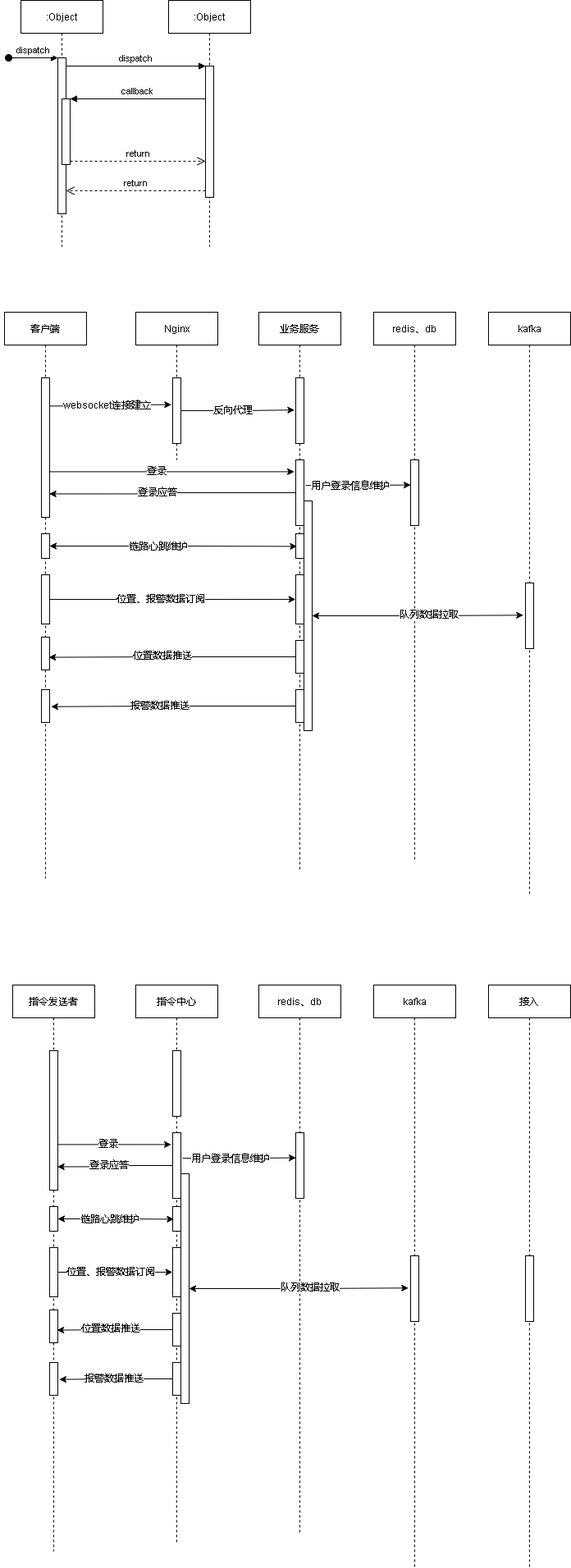
xktder/draw keeps this draw.io diagram as cgopro关键业务.drawio.png. Above is the earlier version. Source tidied: cells renumbered, new cells last; positions are measured from the earlier drawing's top-left corner, leaving out a move shared by most shapes.
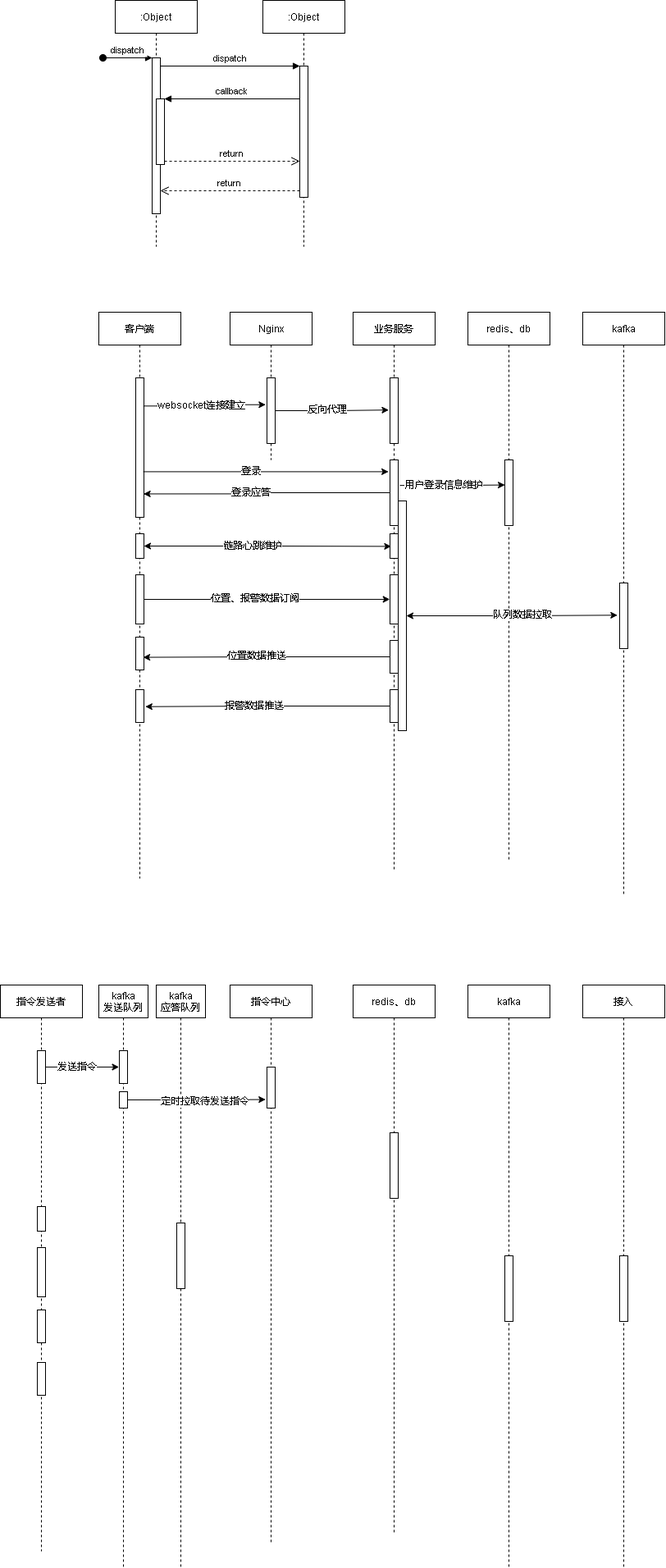
After the change.

Commit message:
更新cgopro关键业务.drawio.png

Diff of the diagram source:
```diff
@@ -157,10 +157,10 @@
       </mxGeometry>
     </mxCell>
     <mxCell id="52" value="指令发送者" style="shape=umlLifeline;perimeter=lifelinePerimeter;rounded=0;shadow=0;strokeWidth=1;" parent="1" vertex="1">
-      <mxGeometry x="10" y="1200" width="100" height="690" as="geometry" />
+      <mxGeometry x="-120" y="1200" width="100" height="690" as="geometry" />
     </mxCell>
     <mxCell id="53" style="points=[];perimeter=orthogonalPerimeter;rounded=0;shadow=0;strokeWidth=1;" parent="52" vertex="1">
-      <mxGeometry x="45" y="80" width="10" height="170" as="geometry" />
+      <mxGeometry x="45" y="80" width="10" height="40" as="geometry" />
     </mxCell>
     <mxCell id="54" style="points=[];perimeter=orthogonalPerimeter;rounded=0;shadow=0;strokeWidth=1;" parent="52" vertex="1">
       <mxGeometry x="45" y="270" width="10" height="30" as="geometry" />
@@ -178,26 +178,8 @@
       <mxGeometry x="160" y="1200" width="100" height="680" as="geometry" />
     </mxCell>
     <mxCell id="59" style="points=[];perimeter=orthogonalPerimeter;rounded=0;shadow=0;strokeWidth=1;" parent="58" vertex="1">
-      <mxGeometry x="45" y="80" width="10" height="80" as="geometry" />
+      <mxGeometry x="45" y="100" width="10" height="50" as="geometry" />
     </mxCell>
-    <mxCell id="60" style="points=[];perimeter=orthogonalPerimeter;rounded=0;shadow=0;strokeWidth=1;" parent="58" vertex="1">
-      <mxGeometry x="45" y="180" width="10" height="80" as="geometry" />
-    </mxCell>
-    <mxCell id="61" style="points=[];perimeter=orthogonalPerimeter;rounded=0;shadow=0;strokeWidth=1;" parent="58" vertex="1">
-      <mxGeometry x="45" y="270" width="10" height="30" as="geometry" />
-    </mxCell>
-    <mxCell id="62" style="points=[];perimeter=orthogonalPerimeter;rounded=0;shadow=0;strokeWidth=1;" parent="58" vertex="1">
-      <mxGeometry x="45" y="320" width="10" height="60" as="geometry" />
-    </mxCell>
-    <mxCell id="63" style="points=[];perimeter=orthogonalPerimeter;rounded=0;shadow=0;strokeWidth=1;" parent="58" vertex="1">
-      <mxGeometry x="55" y="230" width="10" height="280" as="geometry" />
-    </mxCell>
-    <mxCell id="64" style="points=[];perimeter=orthogonalPerimeter;rounded=0;shadow=0;strokeWidth=1;" parent="58" vertex="1">
-      <mxGeometry x="45" y="400" width="10" height="40" as="geometry" />
-    </mxCell>
-    <mxCell id="65" style="points=[];perimeter=orthogonalPerimeter;rounded=0;shadow=0;strokeWidth=1;" parent="58" vertex="1">
-      <mxGeometry x="45" y="460" width="10" height="40" as="geometry" />
-    </mxCell>
     <mxCell id="66" value="redis、db" style="shape=umlLifeline;perimeter=lifelinePerimeter;rounded=0;shadow=0;strokeWidth=1;" parent="1" vertex="1">
       <mxGeometry x="310" y="1200" width="100" height="670" as="geometry" />
     </mxCell>
@@ -210,61 +192,38 @@
     <mxCell id="69" style="points=[];perimeter=orthogonalPerimeter;rounded=0;shadow=0;strokeWidth=1;" parent="68" vertex="1">
       <mxGeometry x="45" y="330" width="10" height="80" as="geometry" />
     </mxCell>
-    <mxCell id="70" style="edgeStyle=orthogonalEdgeStyle;rounded=0;jettySize=auto;html=1;entryX=-0.19;entryY=0.18;entryDx=0;entryDy=0;entryPerimeter=0;exitX=0.907;exitY=0.673;exitDx=0;exitDy=0;exitPerimeter=0;" parent="1" edge="1" source="53" target="60">
-      <mxGeometry relative="1" as="geometry" />
-    </mxCell>
-    <mxCell id="71" value="登录" style="edgeLabel;html=1;align=center;verticalAlign=middle;" parent="70" vertex="1">
-      <mxGeometry x="-0.13" y="1" relative="1" as="geometry" />
-    </mxCell>
-    <mxCell id="72" style="edgeStyle=orthogonalEdgeStyle;rounded=0;jettySize=auto;html=1;entryX=0.962;entryY=0.832;entryDx=0;entryDy=0;entryPerimeter=0;" parent="1" edge="1" source="60" target="53">
-      <mxGeometry relative="1" as="geometry" />
-    </mxCell>
-    <mxCell id="73" value="登录应答" style="edgeLabel;html=1;align=center;verticalAlign=middle;" parent="72" vertex="1">
-      <mxGeometry x="0.14" y="-2" relative="1" as="geometry" />
-    </mxCell>
-    <mxCell id="74" style="edgeStyle=orthogonalEdgeStyle;rounded=0;jettySize=auto;html=1;entryX=0.007;entryY=0.382;entryDx=0;entryDy=0;entryPerimeter=0;exitX=1.207;exitY=0.389;exitDx=0;exitDy=0;exitPerimeter=0;" parent="1" edge="1" source="60" target="67">
-      <mxGeometry relative="1" as="geometry" />
-    </mxCell>
-    <mxCell id="75" value="用户登录信息维护" style="edgeLabel;html=1;align=center;verticalAlign=middle;" parent="74" vertex="1">
-      <mxGeometry x="-0.17" relative="1" as="geometry" />
-    </mxCell>
-    <mxCell id="76" style="edgeStyle=orthogonalEdgeStyle;rounded=0;jettySize=auto;html=1;entryX=0.141;entryY=0.514;entryDx=0;entryDy=0;entryPerimeter=0;startArrow=classic;startFill=1;" parent="1" edge="1" source="54" target="61">
-      <mxGeometry relative="1" as="geometry" />
-    </mxCell>
-    <mxCell id="77" value="链路心跳维护" style="edgeLabel;html=1;align=center;verticalAlign=middle;" parent="76" vertex="1">
-      <mxGeometry x="-0.13" relative="1" as="geometry" />
-    </mxCell>
-    <mxCell id="78" style="edgeStyle=orthogonalEdgeStyle;rounded=0;jettySize=auto;html=1;entryX=-0.024;entryY=0.499;entryDx=0;entryDy=0;entryPerimeter=0;startArrow=none;startFill=0;" parent="1" edge="1" source="55" target="62">
-      <mxGeometry relative="1" as="geometry" />
-    </mxCell>
-    <mxCell id="79" value="位置、报警数据订阅" style="edgeLabel;html=1;align=center;verticalAlign=middle;" parent="78" vertex="1">
-      <mxGeometry x="-0.1" y="1" relative="1" as="geometry" />
-    </mxCell>
-    <mxCell id="80" style="edgeStyle=orthogonalEdgeStyle;rounded=0;jettySize=auto;html=1;entryX=-0.272;entryY=0.491;entryDx=0;entryDy=0;entryPerimeter=0;startArrow=classic;startFill=1;" parent="1" edge="1" source="63" target="69">
-      <mxGeometry relative="1" as="geometry" />
-    </mxCell>
-    <mxCell id="81" value="队列数据拉取" style="edgeLabel;html=1;align=center;verticalAlign=middle;" parent="80" vertex="1">
-      <mxGeometry x="0.1" y="1" relative="1" as="geometry" />
-    </mxCell>
-    <mxCell id="82" style="edgeStyle=orthogonalEdgeStyle;rounded=0;jettySize=auto;html=1;entryX=0.907;entryY=0.615;entryDx=0;entryDy=0;entryPerimeter=0;startArrow=none;startFill=0;" parent="1" edge="1" source="64" target="56">
-      <mxGeometry relative="1" as="geometry" />
-    </mxCell>
-    <mxCell id="83" value="位置数据推送" style="edgeLabel;html=1;align=center;verticalAlign=middle;" parent="82" vertex="1">
-      <mxGeometry x="0.09" y="-2" relative="1" as="geometry" />
-    </mxCell>
-    <mxCell id="84" style="edgeStyle=orthogonalEdgeStyle;rounded=0;jettySize=auto;html=1;entryX=1.183;entryY=0.518;entryDx=0;entryDy=0;entryPerimeter=0;startArrow=none;startFill=0;" parent="1" edge="1" source="65" target="57">
-      <mxGeometry relative="1" as="geometry" />
-    </mxCell>
-    <mxCell id="85" value="报警数据推送" style="edgeLabel;html=1;align=center;verticalAlign=middle;" parent="84" vertex="1">
-      <mxGeometry x="0.18" y="-1" relative="1" as="geometry">
-        <mxPoint x="9" as="offset" />
-      </mxGeometry>
-    </mxCell>
     <mxCell id="86" value="接入" style="shape=umlLifeline;perimeter=lifelinePerimeter;rounded=0;shadow=0;strokeWidth=1;" parent="1" vertex="1">
       <mxGeometry x="590" y="1200" width="100" height="710" as="geometry" />
     </mxCell>
     <mxCell id="87" style="perimeter=orthogonalPerimeter;rounded=0;shadow=0;strokeWidth=1;" parent="86" vertex="1">
       <mxGeometry x="45" y="330" width="10" height="80" as="geometry" />
     </mxCell>
+    <mxCell id="88" value="kafka&#10;发送队列" style="shape=umlLifeline;perimeter=lifelinePerimeter;rounded=0;shadow=0;strokeWidth=1;" parent="1" vertex="1">
+      <mxGeometry y="1200" width="60" height="710" as="geometry" />
+    </mxCell>
+    <mxCell id="89" style="points=[];perimeter=orthogonalPerimeter;rounded=0;shadow=0;strokeWidth=1;" parent="88" vertex="1">
+      <mxGeometry x="25" y="80" width="10" height="40" as="geometry" />
+    </mxCell>
+    <mxCell id="90" style="points=[];perimeter=orthogonalPerimeter;rounded=0;shadow=0;strokeWidth=1;" parent="88" vertex="1">
+      <mxGeometry x="25" y="130" width="10" height="20" as="geometry" />
+    </mxCell>
+    <mxCell id="91" value="kafka&#10;应答队列" style="shape=umlLifeline;perimeter=lifelinePerimeter;rounded=0;shadow=0;strokeWidth=1;" parent="1" vertex="1">
+      <mxGeometry x="70" y="1200" width="60" height="710" as="geometry" />
+    </mxCell>
+    <mxCell id="92" style="perimeter=orthogonalPerimeter;rounded=0;shadow=0;strokeWidth=1;" parent="91" vertex="1">
+      <mxGeometry x="25" y="290" width="10" height="80" as="geometry" />
+    </mxCell>
+    <mxCell id="93" style="edgeStyle=orthogonalEdgeStyle;rounded=0;jettySize=auto;html=1;entryX=-0.043;entryY=0.499;entryDx=0;entryDy=0;entryPerimeter=0;startArrow=none;startFill=0;" parent="1" edge="1" source="53" target="89">
+      <mxGeometry relative="1" as="geometry" />
+    </mxCell>
+    <mxCell id="94" value="发送指令" style="edgeLabel;html=1;align=center;verticalAlign=middle;" parent="93" vertex="1">
+      <mxGeometry x="-0.16" relative="1" as="geometry" />
+    </mxCell>
+    <mxCell id="95" style="edgeStyle=orthogonalEdgeStyle;rounded=0;jettySize=auto;html=1;entryX=-0.176;entryY=0.791;entryDx=0;entryDy=0;entryPerimeter=0;startArrow=none;startFill=0;" parent="1" edge="1" source="90" target="59">
+      <mxGeometry relative="1" as="geometry" />
+    </mxCell>
+    <mxCell id="96" value="定时拉取待发送指令" style="edgeLabel;html=1;align=center;verticalAlign=middle;" parent="95" vertex="1">
+      <mxGeometry x="0.12" y="-2" relative="1" as="geometry" />
+    </mxCell>
   </root>
 </mxGraphModel>
```
